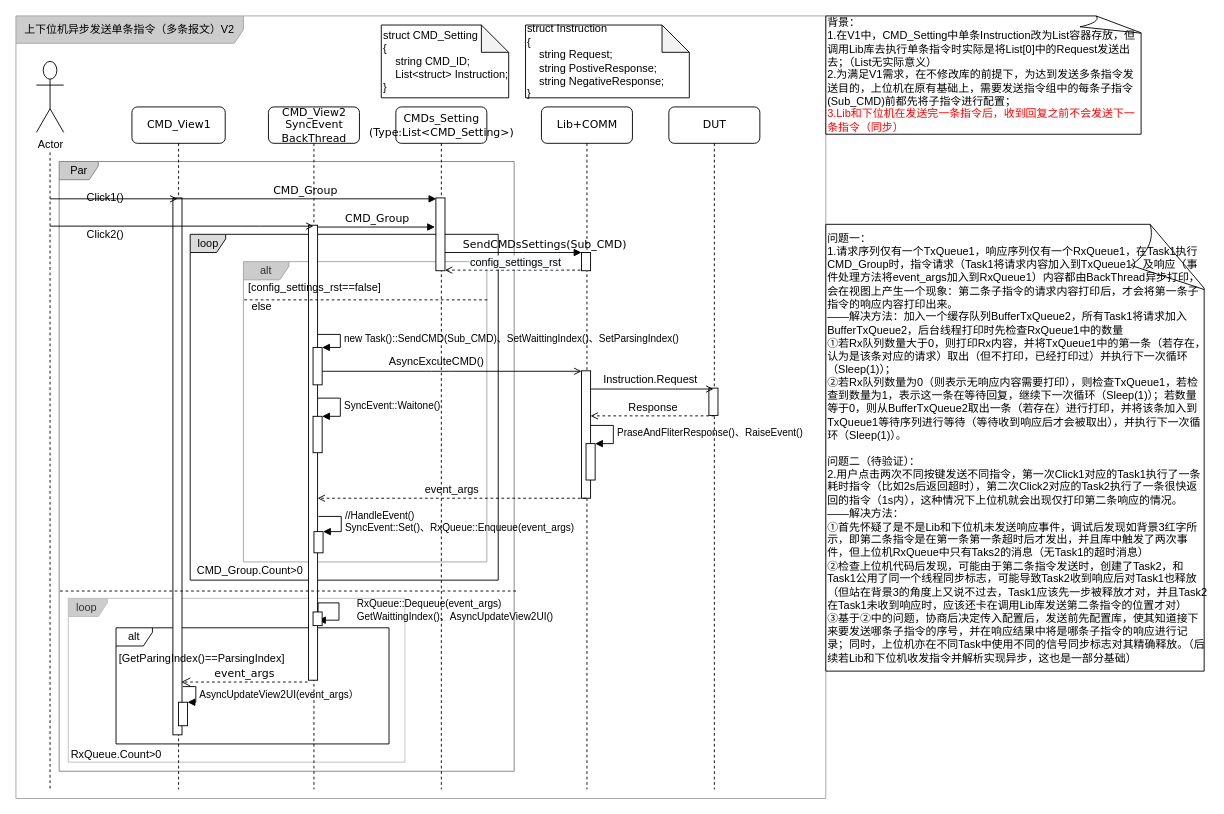
Earlier version of the draw.io diagram page "V2" (2 of 2) of Untitled Diagram.drawio (houxiaoxuan/CSharpBasicCodePractice). Source tidied: cells renumbered, new cells numbered last; positions are measured from the earlier drawing's top-left corner, leaving out a move shared by most shapes. Both pictures are drawn from the tidied source at 91%, with x=0, y=0 at pixel (15, 15).
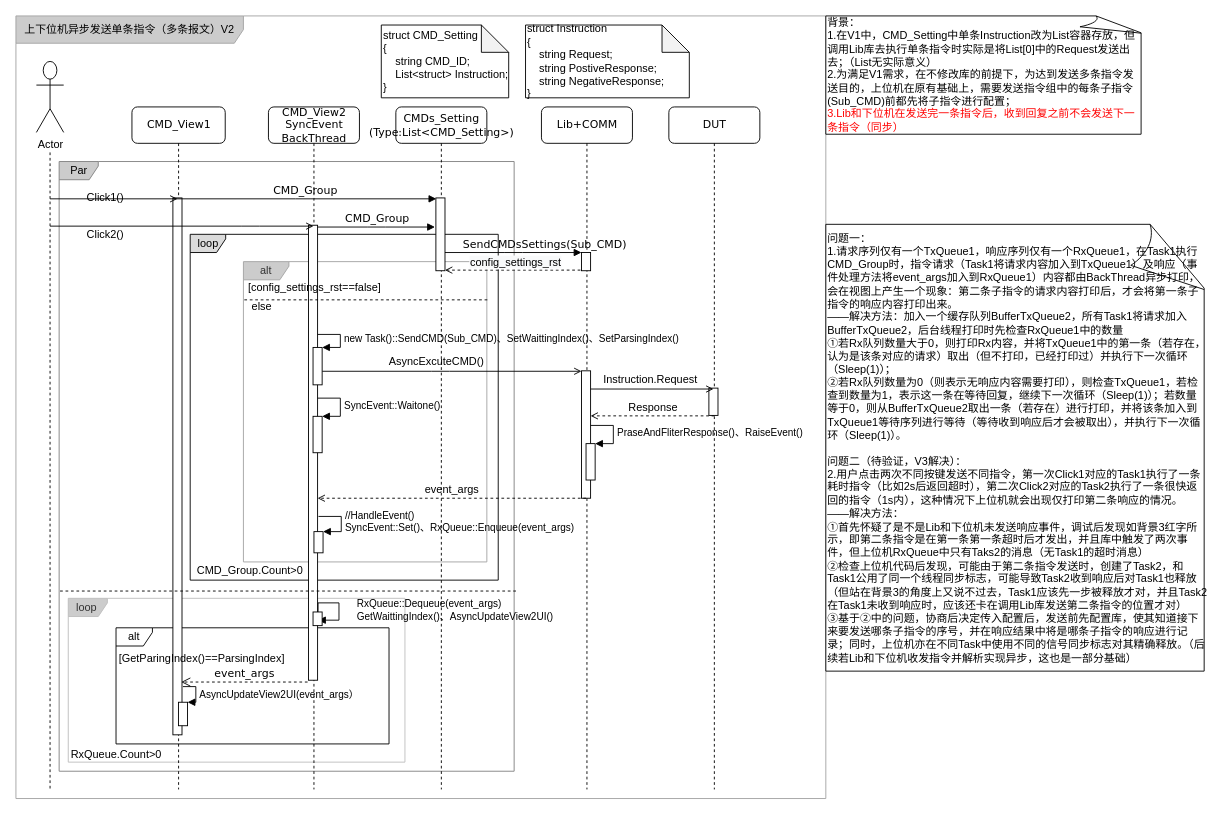
The same diagram, later.

Diff of the diagram source:
```diff
@@
-    <mxCell id="65" value="&lt;div&gt;&lt;span&gt;问题一：&lt;/span&gt;&lt;br&gt;&lt;/div&gt;1.请求序列仅有一个TxQueue1，响应序列仅有一个RxQueue1，在&lt;span&gt;Task1执行CMD_Group时，指令请求（Task1将请求内容加入到TxQueue1）及响应（事件处理方法将event_args加入到RxQueue1）内容都由BackThread异步打印，会在视图上产生一个现象：第二条子指令的请求内容打印后，才会将第一条子指令的响应内容打印出来。&lt;/span&gt;&lt;br&gt;&lt;div&gt;——解决方法：加入一个缓存队列BufferTxQueue2，所有Task1将请求加入BufferTxQueue2，后台线程打印时先检查RxQueue1中的数量&lt;/div&gt;&lt;div&gt;&lt;div&gt;①若Rx队列数量大于0，则打印Rx内容，并将TxQueue1中的第一条（若存在，认为是该条对应的请求）取出（但不打印，已经打印过）并执行下一次循环&lt;span&gt;（Sleep(1)）&lt;/span&gt;&lt;span&gt;；&lt;/span&gt;&lt;/div&gt;&lt;div&gt;②若Rx队列数量为0（则表示无响应内容需要打印），则检查TxQueue1，若检查到数量为1，表示这一条在等待回复，继续下一次循环（Sleep(1)）；若数量等于0，则从&lt;span&gt;BufferTxQueue2取出一条（若存在）进行打印，并将该条加入到TxQueue1等待序列进行等待（等待收到响应后才会被取出），并执行下一次循环&lt;/span&gt;&lt;span&gt;（Sleep(1)）。&lt;/span&gt;&lt;/div&gt;&lt;div&gt;&lt;br&gt;&lt;/div&gt;&lt;/div&gt;&lt;div&gt;问题二（待验证）：&lt;/div&gt;&lt;div&gt;2.用户点击两次不同按键发送不同指令，第一次Click1对应的Task1执行了一条耗时指令（比如2s后返回超时），第二次Click2对应的Task2执行了一条很快返回的指令（1s内），这种情况下上位机就会出现仅打印第二条响应的情况。&lt;/div&gt;&lt;div&gt;——解决方法：&lt;/div&gt;&lt;div&gt;①首先怀疑了是不是Lib和下位机未发送响应事件，调试后发现如背景3红字所示，即第二条指令是在第一条第一条超时后才发出，并且库中触发了两次事件，但上位机RxQueue中只有Taks2的消息（无Task1的超时消息）&lt;/div&gt;&lt;div&gt;②检查上位机代码后发现，可能由于第二条指令发送时，创建了Task2，和Task1公用了同一个线程同步标志，可能导致Task2收到响应后对Task1也释放（但站在背景3的角度上又说不过去，Task1应该先一步被释放才对，并且Task2在Task1未收到响应时，应该还卡在调用Lib库发送第二条指令的位置才对）&lt;/div&gt;&lt;div&gt;③基于②中的问题，协商后决定传入配置后，发送前先配置库，使其知道接下来要发送哪条子指令的序号，并在响应结果中将是哪条子指令的响应进行记录；同时，上位机亦在不同Task中使用不同的信号同步标志对其精确释放。（后续若Lib和下位机收发指令并解析实现异步，这也是一部分基础）&lt;/div&gt;" style="whiteSpace=wrap;html=1;shape=mxgraph.basic.document;align=left;" parent="1" vertex="1">
+    <mxCell id="65" value="&lt;div&gt;&lt;span&gt;问题一：&lt;/span&gt;&lt;br&gt;&lt;/div&gt;1.请求序列仅有一个TxQueue1，响应序列仅有一个RxQueue1，在&lt;span&gt;Task1执行CMD_Group时，指令请求（Task1将请求内容加入到TxQueue1）及响应（事件处理方法将event_args加入到RxQueue1）内容都由BackThread异步打印，会在视图上产生一个现象：第二条子指令的请求内容打印后，才会将第一条子指令的响应内容打印出来。&lt;/span&gt;&lt;br&gt;&lt;div&gt;——解决方法：加入一个缓存队列BufferTxQueue2，所有Task1将请求加入BufferTxQueue2，后台线程打印时先检查RxQueue1中的数量&lt;/div&gt;&lt;div&gt;&lt;div&gt;①若Rx队列数量大于0，则打印Rx内容，并将TxQueue1中的第一条（若存在，认为是该条对应的请求）取出（但不打印，已经打印过）并执行下一次循环&lt;span&gt;（Sleep(1)）&lt;/span&gt;&lt;span&gt;；&lt;/span&gt;&lt;/div&gt;&lt;div&gt;②若Rx队列数量为0（则表示无响应内容需要打印），则检查TxQueue1，若检查到数量为1，表示这一条在等待回复，继续下一次循环（Sleep(1)）；若数量等于0，则从&lt;span&gt;BufferTxQueue2取出一条（若存在）进行打印，并将该条加入到TxQueue1等待序列进行等待（等待收到响应后才会被取出），并执行下一次循环&lt;/span&gt;&lt;span&gt;（Sleep(1)）。&lt;/span&gt;&lt;/div&gt;&lt;div&gt;&lt;br&gt;&lt;/div&gt;&lt;/div&gt;&lt;div&gt;问题二（待验证，V3解决）：&lt;/div&gt;&lt;div&gt;2.用户点击两次不同按键发送不同指令，第一次Click1对应的Task1执行了一条耗时指令（比如2s后返回超时），第二次Click2对应的Task2执行了一条很快返回的指令（1s内），这种情况下上位机就会出现仅打印第二条响应的情况。&lt;/div&gt;&lt;div&gt;——解决方法：&lt;/div&gt;&lt;div&gt;①首先怀疑了是不是Lib和下位机未发送响应事件，调试后发现如背景3红字所示，即第二条指令是在第一条第一条超时后才发出，并且库中触发了两次事件，但上位机RxQueue中只有Taks2的消息（无Task1的超时消息）&lt;/div&gt;&lt;div&gt;②检查上位机代码后发现，可能由于第二条指令发送时，创建了Task2，和Task1公用了同一个线程同步标志，可能导致Task2收到响应后对Task1也释放（但站在背景3的角度上又说不过去，Task1应该先一步被释放才对，并且Task2在Task1未收到响应时，应该还卡在调用Lib库发送第二条指令的位置才对）&lt;/div&gt;&lt;div&gt;③基于②中的问题，协商后决定传入配置后，发送前先配置库，使其知道接下来要发送哪条子指令的序号，并在响应结果中将是哪条子指令的响应进行记录；同时，上位机亦在不同Task中使用不同的信号同步标志对其精确释放。（后续若Lib和下位机收发指令并解析实现异步，这也是一部分基础）&lt;/div&gt;" style="whiteSpace=wrap;html=1;shape=mxgraph.basic.document;align=left;" parent="1" vertex="1">
       <mxGeometry x="890" y="229" width="420" height="491" as="geometry" />
     </mxCell>
```
